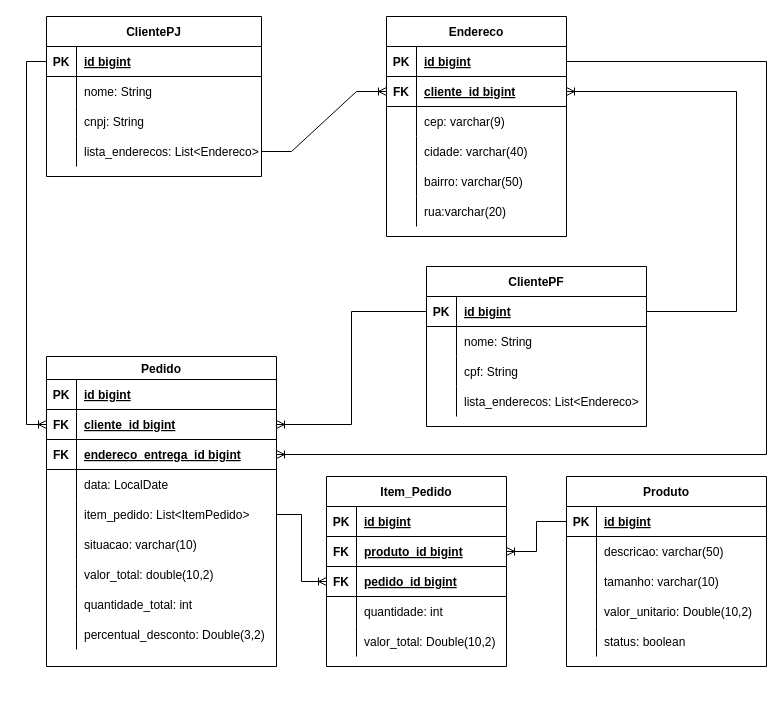
Before: outros-documentos/mer_atualizado.drawio in ambrosiaandrade/proway-vissemodas, a draw.io diagram. Source tidied: cells renumbered, new cells numbered last; positions are measured from the earlier drawing's top-left corner, leaving out a move shared by most shapes. Both pictures are drawn from the tidied source at 100%, with x=0, y=0 at pixel (3, 16).
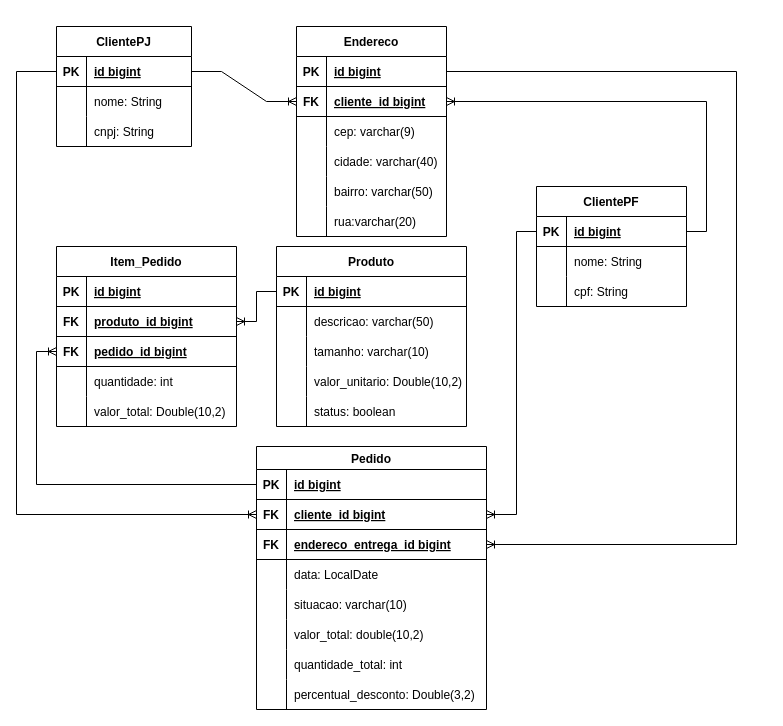
After the change.

Unchanged cells that the change refers to:
```xml
<mxCell id="19" style="shape=partialRectangle;fillColor=none;top=0;left=0;bottom=1;right=0;points=[[0,0.5],[1,0.5]];portConstraint=eastwest;" parent="18" vertex="1">
  <mxGeometry y="23" width="230" height="30" as="geometry" />
</mxCell>
<mxCell id="22" style="shape=partialRectangle;fillColor=none;top=0;left=0;bottom=1;right=0;points=[[0,0.5],[1,0.5]];portConstraint=eastwest;" parent="18" vertex="1">
  <mxGeometry y="53" width="230" height="30" as="geometry" />
</mxCell>
<mxCell id="25" style="shape=partialRectangle;fillColor=none;top=0;left=0;bottom=1;right=0;points=[[0,0.5],[1,0.5]];portConstraint=eastwest;" parent="18" vertex="1">
  <mxGeometry y="83" width="230" height="30" as="geometry" />
</mxCell>
<mxCell id="50" style="shape=partialRectangle;fillColor=none;top=0;left=0;bottom=1;right=0;points=[[0,0.5],[1,0.5]];portConstraint=eastwest;" parent="46" vertex="1">
  <mxGeometry y="60" width="180" height="30" as="geometry" />
</mxCell>
<mxCell id="53" style="shape=partialRectangle;fillColor=none;top=0;left=0;bottom=1;right=0;points=[[0,0.5],[1,0.5]];portConstraint=eastwest;" parent="46" vertex="1">
  <mxGeometry y="90" width="180" height="30" as="geometry" />
</mxCell>
```

The edit, as a diff of the source:
```diff
@@
     <mxCell id="2" value="Produto" style="shape=table;startSize=30;childLayout=tableLayout;rowLines=0;fontStyle=1;align=center;" parent="1" vertex="1">
-      <mxGeometry x="563" y="460" width="200" height="190" as="geometry" />
+      <mxGeometry x="273" y="230" width="190" height="180" as="geometry" />
     </mxCell>
     <mxCell id="3" style="shape=partialRectangle;fillColor=none;top=0;left=0;bottom=1;right=0;points=[[0,0.5],[1,0.5]];portConstraint=eastwest;" parent="2" vertex="1">
-      <mxGeometry y="30" width="200" height="30" as="geometry" />
+      <mxGeometry y="30" width="190" height="30" as="geometry" />
     </mxCell>
@@
     <mxCell id="5" value="id bigint" style="shape=partialRectangle;fillColor=none;top=0;left=0;bottom=0;right=0;align=left;spacingLeft=6;fontStyle=5;overflow=hidden;" parent="3" vertex="1">
-      <mxGeometry x="30" width="170" height="30" as="geometry" />
+      <mxGeometry x="30" width="160" height="30" as="geometry" />
     </mxCell>
     <mxCell id="6" style="shape=partialRectangle;fillColor=none;top=0;left=0;bottom=0;right=0;" parent="2" vertex="1">
-      <mxGeometry y="60" width="200" height="30" as="geometry" />
+      <mxGeometry y="60" width="190" height="30" as="geometry" />
     </mxCell>
@@
     <mxCell id="8" value="descricao: varchar(50)" style="shape=partialRectangle;fillColor=none;top=0;left=0;bottom=0;right=0;align=left;spacingLeft=6;overflow=hidden;" parent="6" vertex="1">
-      <mxGeometry x="30" width="170" height="30" as="geometry" />
+      <mxGeometry x="30" width="160" height="30" as="geometry" />
     </mxCell>
     <mxCell id="9" style="shape=partialRectangle;fillColor=none;top=0;left=0;bottom=0;right=0;" parent="2" vertex="1">
-      <mxGeometry y="90" width="200" height="30" as="geometry" />
+      <mxGeometry y="90" width="190" height="30" as="geometry" />
     </mxCell>
@@
     <mxCell id="11" value="tamanho: varchar(10)" style="shape=partialRectangle;fillColor=none;top=0;left=0;bottom=0;right=0;align=left;spacingLeft=6;overflow=hidden;" parent="9" vertex="1">
-      <mxGeometry x="30" width="170" height="30" as="geometry" />
+      <mxGeometry x="30" width="160" height="30" as="geometry" />
     </mxCell>
     <mxCell id="12" style="shape=partialRectangle;fillColor=none;top=0;left=0;bottom=0;right=0;" parent="2" vertex="1">
-      <mxGeometry y="120" width="200" height="30" as="geometry" />
+      <mxGeometry y="120" width="190" height="30" as="geometry" />
     </mxCell>
@@
     <mxCell id="14" value="valor_unitario: Double(10,2)" style="shape=partialRectangle;fillColor=none;top=0;left=0;bottom=0;right=0;align=left;spacingLeft=6;overflow=hidden;" parent="12" vertex="1">
-      <mxGeometry x="30" width="170" height="30" as="geometry" />
+      <mxGeometry x="30" width="160" height="30" as="geometry" />
     </mxCell>
     <mxCell id="15" style="shape=partialRectangle;fillColor=none;top=0;left=0;bottom=0;right=0;" parent="2" vertex="1">
-      <mxGeometry y="150" width="200" height="30" as="geometry" />
+      <mxGeometry y="150" width="190" height="30" as="geometry" />
     </mxCell>
@@
     <mxCell id="17" value="status: boolean" style="shape=partialRectangle;fillColor=none;top=0;left=0;bottom=0;right=0;align=left;spacingLeft=6;overflow=hidden;" parent="15" vertex="1">
-      <mxGeometry x="30" width="170" height="30" as="geometry" />
+      <mxGeometry x="30" width="160" height="30" as="geometry" />
     </mxCell>
     <mxCell id="18" value="Pedido" style="shape=table;startSize=23;childLayout=tableLayout;rowLines=0;fontStyle=1;align=center;" parent="1" vertex="1">
-      <mxGeometry x="43" y="340" width="230" height="310" as="geometry" />
+      <mxGeometry x="253" y="430" width="230" height="263" as="geometry" />
     </mxCell>
@@
-    <mxCell id="31" style="shape=partialRectangle;fillColor=none;top=0;left=0;bottom=0;right=0;points=[[0,0.5],[1,0.5]];portConstraint=eastwest;" parent="18" vertex="1">
-      <mxGeometry y="143" width="230" height="30" as="geometry" />
-    </mxCell>
-    <mxCell id="32" style="shape=partialRectangle;fillColor=none;top=0;left=0;bottom=0;right=0;overflow=hidden;" parent="31" vertex="1">
-      <mxGeometry width="30" height="30" as="geometry" />
-    </mxCell>
-    <mxCell id="33" value="item_pedido: List&lt;ItemPedido&gt;" style="shape=partialRectangle;fillColor=none;top=0;left=0;bottom=0;right=0;align=left;spacingLeft=6;overflow=hidden;" parent="31" vertex="1">
-      <mxGeometry x="30" width="200" height="30" as="geometry" />
-    </mxCell>
     <mxCell id="34" style="shape=partialRectangle;fillColor=none;top=0;left=0;bottom=0;right=0;" parent="18" vertex="1">
-      <mxGeometry y="173" width="230" height="30" as="geometry" />
+      <mxGeometry y="143" width="230" height="30" as="geometry" />
     </mxCell>
@@
     <mxCell id="37" style="shape=partialRectangle;fillColor=none;top=0;left=0;bottom=0;right=0;" parent="18" vertex="1">
-      <mxGeometry y="203" width="230" height="30" as="geometry" />
+      <mxGeometry y="173" width="230" height="30" as="geometry" />
     </mxCell>
@@
     <mxCell id="40" style="shape=partialRectangle;fillColor=none;top=0;left=0;bottom=0;right=0;" parent="18" vertex="1">
-      <mxGeometry y="233" width="230" height="30" as="geometry" />
+      <mxGeometry y="203" width="230" height="30" as="geometry" />
     </mxCell>
@@
     <mxCell id="43" style="shape=partialRectangle;fillColor=none;top=0;left=0;bottom=0;right=0;" parent="18" vertex="1">
-      <mxGeometry y="263" width="230" height="30" as="geometry" />
+      <mxGeometry y="233" width="230" height="30" as="geometry" />
     </mxCell>
@@
     <mxCell id="46" value="Item_Pedido" style="shape=table;startSize=30;childLayout=tableLayout;rowLines=0;fontStyle=1;align=center;" parent="1" vertex="1">
-      <mxGeometry x="323" y="460" width="180" height="190" as="geometry" />
+      <mxGeometry x="53" y="230" width="180" height="180" as="geometry" />
     </mxCell>
@@
     <mxCell id="62" value="Endereco" style="shape=table;startSize=30;childLayout=tableLayout;rowLines=0;fontStyle=1;align=center;" parent="1" vertex="1">
-      <mxGeometry x="383" width="180" height="220" as="geometry" />
+      <mxGeometry x="293" y="10" width="150" height="210" as="geometry" />
     </mxCell>
     <mxCell id="63" style="shape=partialRectangle;fillColor=none;top=0;left=0;bottom=1;right=0;points=[[0,0.5],[1,0.5]];portConstraint=eastwest;" parent="62" vertex="1">
-      <mxGeometry y="30" width="180" height="30" as="geometry" />
+      <mxGeometry y="30" width="150" height="30" as="geometry" />
     </mxCell>
@@
     <mxCell id="65" value="id bigint" style="shape=partialRectangle;fillColor=none;top=0;left=0;bottom=0;right=0;align=left;spacingLeft=6;fontStyle=5;overflow=hidden;" parent="63" vertex="1">
-      <mxGeometry x="30" width="150" height="30" as="geometry" />
+      <mxGeometry x="30" width="120" height="30" as="geometry" />
     </mxCell>
     <mxCell id="66" style="shape=partialRectangle;fillColor=none;top=0;left=0;bottom=1;right=0;points=[[0,0.5],[1,0.5]];portConstraint=eastwest;" parent="62" vertex="1">
-      <mxGeometry y="60" width="180" height="30" as="geometry" />
+      <mxGeometry y="60" width="150" height="30" as="geometry" />
     </mxCell>
@@
     <mxCell id="68" value="cliente_id bigint" style="shape=partialRectangle;fillColor=none;top=0;left=0;bottom=0;right=0;align=left;spacingLeft=6;fontStyle=5;overflow=hidden;" parent="66" vertex="1">
-      <mxGeometry x="30" width="150" height="30" as="geometry" />
+      <mxGeometry x="30" width="120" height="30" as="geometry" />
     </mxCell>
     <mxCell id="69" style="shape=partialRectangle;fillColor=none;top=0;left=0;bottom=0;right=0;" parent="62" vertex="1">
-      <mxGeometry y="90" width="180" height="30" as="geometry" />
+      <mxGeometry y="90" width="150" height="30" as="geometry" />
     </mxCell>
@@
     <mxCell id="71" value="cep: varchar(9)" style="shape=partialRectangle;fillColor=none;top=0;left=0;bottom=0;right=0;align=left;spacingLeft=6;overflow=hidden;" parent="69" vertex="1">
-      <mxGeometry x="30" width="150" height="30" as="geometry" />
+      <mxGeometry x="30" width="120" height="30" as="geometry" />
     </mxCell>
     <mxCell id="72" style="shape=partialRectangle;fillColor=none;top=0;left=0;bottom=0;right=0;" parent="62" vertex="1">
-      <mxGeometry y="120" width="180" height="30" as="geometry" />
+      <mxGeometry y="120" width="150" height="30" as="geometry" />
     </mxCell>
@@
     <mxCell id="74" value="cidade: varchar(40)" style="shape=partialRectangle;fillColor=none;top=0;left=0;bottom=0;right=0;align=left;spacingLeft=6;overflow=hidden;" parent="72" vertex="1">
-      <mxGeometry x="30" width="150" height="30" as="geometry" />
+      <mxGeometry x="30" width="120" height="30" as="geometry" />
     </mxCell>
     <mxCell id="75" style="shape=partialRectangle;fillColor=none;top=0;left=0;bottom=0;right=0;" parent="62" vertex="1">
-      <mxGeometry y="150" width="180" height="30" as="geometry" />
+      <mxGeometry y="150" width="150" height="30" as="geometry" />
     </mxCell>
@@
     <mxCell id="77" value="bairro: varchar(50)" style="shape=partialRectangle;fillColor=none;top=0;left=0;bottom=0;right=0;align=left;spacingLeft=6;overflow=hidden;" parent="75" vertex="1">
-      <mxGeometry x="30" width="150" height="30" as="geometry" />
+      <mxGeometry x="30" width="120" height="30" as="geometry" />
     </mxCell>
     <mxCell id="78" style="shape=partialRectangle;fillColor=none;top=0;left=0;bottom=0;right=0;" parent="62" vertex="1">
-      <mxGeometry y="180" width="180" height="30" as="geometry" />
+      <mxGeometry y="180" width="150" height="30" as="geometry" />
     </mxCell>
@@
     <mxCell id="80" value="rua:varchar(20)" style="shape=partialRectangle;fillColor=none;top=0;left=0;bottom=0;right=0;align=left;spacingLeft=6;overflow=hidden;" parent="78" vertex="1">
-      <mxGeometry x="30" width="150" height="30" as="geometry" />
+      <mxGeometry x="30" width="120" height="30" as="geometry" />
     </mxCell>
     <mxCell id="81" style="edgeStyle=elbowEdgeStyle;fontSize=12;html=1;endArrow=ERoneToMany;rounded=0;exitX=0;exitY=0.5;exitDx=0;exitDy=0;elbow=vertical;entryX=0;entryY=0.5;entryDx=0;entryDy=0;" parent="1" edge="1" source="100" target="22">
       <mxGeometry relative="1" as="geometry">
         <Array as="points">
+          <mxPoint x="13" y="230" />
           <mxPoint x="23" y="270" />
           <mxPoint y="458" />
           <mxPoint x="110" y="358" />
           <mxPoint x="30" y="438" />
           <mxPoint x="100" y="163" />
           <mxPoint x="110" y="218" />
           <mxPoint x="60" y="258" />
           <mxPoint x="120" y="308" />
         </Array>
       </mxGeometry>
     </mxCell>
     <mxCell id="82" style="edgeStyle=elbowEdgeStyle;fontSize=12;html=1;endArrow=ERoneToMany;rounded=0;entryX=1;entryY=0.5;entryDx=0;entryDy=0;exitX=1;exitY=0.5;exitDx=0;exitDy=0;" parent="1" edge="1" source="63" target="25">
       <mxGeometry relative="1" as="geometry">
         <Array as="points">
-          <mxPoint x="763" y="250" />
+          <mxPoint x="733" y="240" />
           <mxPoint x="700" y="308" />
           <mxPoint x="540" y="528" />
         </Array>
       </mxGeometry>
     </mxCell>
-    <mxCell id="83" style="edgeStyle=elbowEdgeStyle;fontSize=12;html=1;endArrow=ERoneToMany;rounded=0;exitX=1;exitY=0.5;exitDx=0;exitDy=0;" parent="1" edge="1" source="31" target="53">
-      <mxGeometry relative="1" as="geometry" />
+    <mxCell id="83" style="edgeStyle=elbowEdgeStyle;fontSize=12;html=1;endArrow=ERoneToMany;rounded=0;exitX=0;exitY=0.5;exitDx=0;exitDy=0;" parent="1" edge="1" source="19" target="53">
+      <mxGeometry relative="1" as="geometry">
+        <Array as="points">
+          <mxPoint x="33" y="315" />
+        </Array>
+      </mxGeometry>
     </mxCell>
-    <mxCell id="84" style="edgeStyle=entityRelationEdgeStyle;fontSize=12;html=1;endArrow=ERoneToMany;rounded=0;entryX=1;entryY=0.5;entryDx=0;entryDy=0;exitX=0;exitY=0.5;exitDx=0;exitDy=0;" parent="1" edge="1" source="3" target="50">
+    <mxCell id="84" style="edgeStyle=orthogonalEdgeStyle;fontSize=12;html=1;endArrow=ERoneToMany;rounded=0;entryX=1;entryY=0.5;entryDx=0;entryDy=0;exitX=0;exitY=0.5;exitDx=0;exitDy=0;" parent="1" edge="1" source="3" target="50">
       <mxGeometry relative="1" as="geometry" />
     </mxCell>
-    <mxCell id="85" style="edgeStyle=entityRelationEdgeStyle;fontSize=12;html=1;endArrow=ERoneToMany;rounded=0;exitX=1;exitY=0.5;exitDx=0;exitDy=0;" parent="1" edge="1" source="109" target="66">
+    <mxCell id="85" style="edgeStyle=entityRelationEdgeStyle;fontSize=12;html=1;endArrow=ERoneToMany;rounded=0;exitX=1;exitY=0.5;exitDx=0;exitDy=0;" parent="1" edge="1" source="100" target="66">
       <mxGeometry relative="1" as="geometry" />
     </mxCell>
     <mxCell id="86" value="ClientePF" style="shape=table;startSize=30;childLayout=tableLayout;rowLines=0;fontStyle=1;align=center;" parent="1" vertex="1">
-      <mxGeometry x="423" y="250" width="220" height="160" as="geometry" />
+      <mxGeometry x="533" y="170" width="150" height="120" as="geometry" />
     </mxCell>
     <mxCell id="87" style="shape=partialRectangle;fillColor=none;top=0;left=0;bottom=1;right=0;points=[[0,0.5],[1,0.5]];portConstraint=eastwest;" parent="86" vertex="1">
-      <mxGeometry y="30" width="220" height="30" as="geometry" />
+      <mxGeometry y="30" width="150" height="30" as="geometry" />
     </mxCell>
@@
     <mxCell id="89" value="id bigint" style="shape=partialRectangle;fillColor=none;top=0;left=0;bottom=0;right=0;align=left;spacingLeft=6;fontStyle=5;overflow=hidden;" parent="87" vertex="1">
-      <mxGeometry x="30" width="190" height="30" as="geometry" />
+      <mxGeometry x="30" width="120" height="30" as="geometry" />
     </mxCell>
     <mxCell id="90" style="shape=partialRectangle;fillColor=none;top=0;left=0;bottom=0;right=0;" parent="86" vertex="1">
-      <mxGeometry y="60" width="220" height="30" as="geometry" />
+      <mxGeometry y="60" width="150" height="30" as="geometry" />
     </mxCell>
@@
     <mxCell id="92" value="nome: String" style="shape=partialRectangle;fillColor=none;top=0;left=0;bottom=0;right=0;align=left;spacingLeft=6;overflow=hidden;" parent="90" vertex="1">
-      <mxGeometry x="30" width="190" height="30" as="geometry" />
+      <mxGeometry x="30" width="120" height="30" as="geometry" />
     </mxCell>
     <mxCell id="93" style="shape=partialRectangle;fillColor=none;top=0;left=0;bottom=0;right=0;" parent="86" vertex="1">
-      <mxGeometry y="90" width="220" height="30" as="geometry" />
+      <mxGeometry y="90" width="150" height="30" as="geometry" />
     </mxCell>
@@
     <mxCell id="95" value="cpf: String" style="shape=partialRectangle;fillColor=none;top=0;left=0;bottom=0;right=0;align=left;spacingLeft=6;overflow=hidden;" parent="93" vertex="1">
-      <mxGeometry x="30" width="190" height="30" as="geometry" />
+      <mxGeometry x="30" width="120" height="30" as="geometry" />
     </mxCell>
-    <mxCell id="96" style="shape=partialRectangle;fillColor=none;top=0;left=0;bottom=0;right=0;" parent="86" vertex="1">
-      <mxGeometry y="120" width="220" height="30" as="geometry" />
-    </mxCell>
-    <mxCell id="97" style="shape=partialRectangle;fillColor=none;top=0;left=0;bottom=0;right=0;overflow=hidden;" parent="96" vertex="1">
-      <mxGeometry width="30" height="30" as="geometry" />
-    </mxCell>
-    <mxCell id="98" value="lista_enderecos: List&lt;Endereco&gt;" style="shape=partialRectangle;fillColor=none;top=0;left=0;bottom=0;right=0;align=left;spacingLeft=6;overflow=hidden;" parent="96" vertex="1">
-      <mxGeometry x="30" width="190" height="30" as="geometry" />
-    </mxCell>
     <mxCell id="99" value="ClientePJ" style="shape=table;startSize=30;childLayout=tableLayout;rowLines=0;fontStyle=1;align=center;" parent="1" vertex="1">
-      <mxGeometry x="43" width="215" height="160" as="geometry" />
+      <mxGeometry x="53" y="10" width="135" height="120" as="geometry" />
     </mxCell>
     <mxCell id="100" style="shape=partialRectangle;fillColor=none;top=0;left=0;bottom=1;right=0;points=[[0,0.5],[1,0.5]];portConstraint=eastwest;" parent="99" vertex="1">
-      <mxGeometry y="30" width="215" height="30" as="geometry" />
+      <mxGeometry y="30" width="135" height="30" as="geometry" />
     </mxCell>
@@
     <mxCell id="102" value="id bigint" style="shape=partialRectangle;fillColor=none;top=0;left=0;bottom=0;right=0;align=left;spacingLeft=6;fontStyle=5;overflow=hidden;" parent="100" vertex="1">
-      <mxGeometry x="30" width="185" height="30" as="geometry" />
+      <mxGeometry x="30" width="105" height="30" as="geometry" />
     </mxCell>
     <mxCell id="103" style="shape=partialRectangle;fillColor=none;top=0;left=0;bottom=0;right=0;" parent="99" vertex="1">
-      <mxGeometry y="60" width="215" height="30" as="geometry" />
+      <mxGeometry y="60" width="135" height="30" as="geometry" />
     </mxCell>
@@
     <mxCell id="105" value="nome: String" style="shape=partialRectangle;fillColor=none;top=0;left=0;bottom=0;right=0;align=left;spacingLeft=6;overflow=hidden;" parent="103" vertex="1">
-      <mxGeometry x="30" width="185" height="30" as="geometry" />
+      <mxGeometry x="30" width="105" height="30" as="geometry" />
     </mxCell>
     <mxCell id="106" style="shape=partialRectangle;fillColor=none;top=0;left=0;bottom=0;right=0;" parent="99" vertex="1">
-      <mxGeometry y="90" width="215" height="30" as="geometry" />
+      <mxGeometry y="90" width="135" height="30" as="geometry" />
     </mxCell>
@@
     <mxCell id="108" value="cnpj: String" style="shape=partialRectangle;fillColor=none;top=0;left=0;bottom=0;right=0;align=left;spacingLeft=6;overflow=hidden;" parent="106" vertex="1">
-      <mxGeometry x="30" width="185" height="30" as="geometry" />
+      <mxGeometry x="30" width="105" height="30" as="geometry" />
     </mxCell>
-    <mxCell id="109" style="shape=partialRectangle;fillColor=none;top=0;left=0;bottom=0;right=0;points=[[0,0.5],[1,0.5]];portConstraint=eastwest;" parent="99" vertex="1">
-      <mxGeometry y="120" width="215" height="30" as="geometry" />
-    </mxCell>
-    <mxCell id="110" style="shape=partialRectangle;fillColor=none;top=0;left=0;bottom=0;right=0;overflow=hidden;" parent="109" vertex="1">
-      <mxGeometry width="30" height="30" as="geometry" />
-    </mxCell>
-    <mxCell id="111" value="lista_enderecos: List&lt;Endereco&gt;" style="shape=partialRectangle;fillColor=none;top=0;left=0;bottom=0;right=0;align=left;spacingLeft=6;overflow=hidden;" parent="109" vertex="1">
-      <mxGeometry x="30" width="185" height="30" as="geometry" />
-    </mxCell>
-    <mxCell id="112" style="edgeStyle=elbowEdgeStyle;fontSize=12;html=1;endArrow=ERoneToMany;rounded=0;entryX=1;entryY=0.5;entryDx=0;entryDy=0;" parent="1" edge="1" source="87" target="66">
+    <mxCell id="112" style="edgeStyle=elbowEdgeStyle;fontSize=12;html=1;endArrow=ERoneToMany;rounded=0;entryX=1;entryY=0.5;entryDx=0;entryDy=0;exitX=1;exitY=0.5;exitDx=0;exitDy=0;" parent="1" edge="1" source="87" target="66">
       <mxGeometry relative="1" as="geometry">
         <Array as="points">
+          <mxPoint x="703" y="190" />
           <mxPoint x="733" y="180" />
           <mxPoint x="663" y="160" />
         </Array>
       </mxGeometry>
     </mxCell>
     <mxCell id="113" style="edgeStyle=elbowEdgeStyle;fontSize=12;html=1;endArrow=ERoneToMany;rounded=0;entryX=1;entryY=0.5;entryDx=0;entryDy=0;exitX=0;exitY=0.5;exitDx=0;exitDy=0;" parent="1" edge="1" source="87" target="22">
-      <mxGeometry relative="1" as="geometry" />
+      <mxGeometry relative="1" as="geometry">
+        <Array as="points">
+          <mxPoint x="513" y="360" />
+          <mxPoint x="493" y="300" />
+        </Array>
+      </mxGeometry>
     </mxCell>
```
